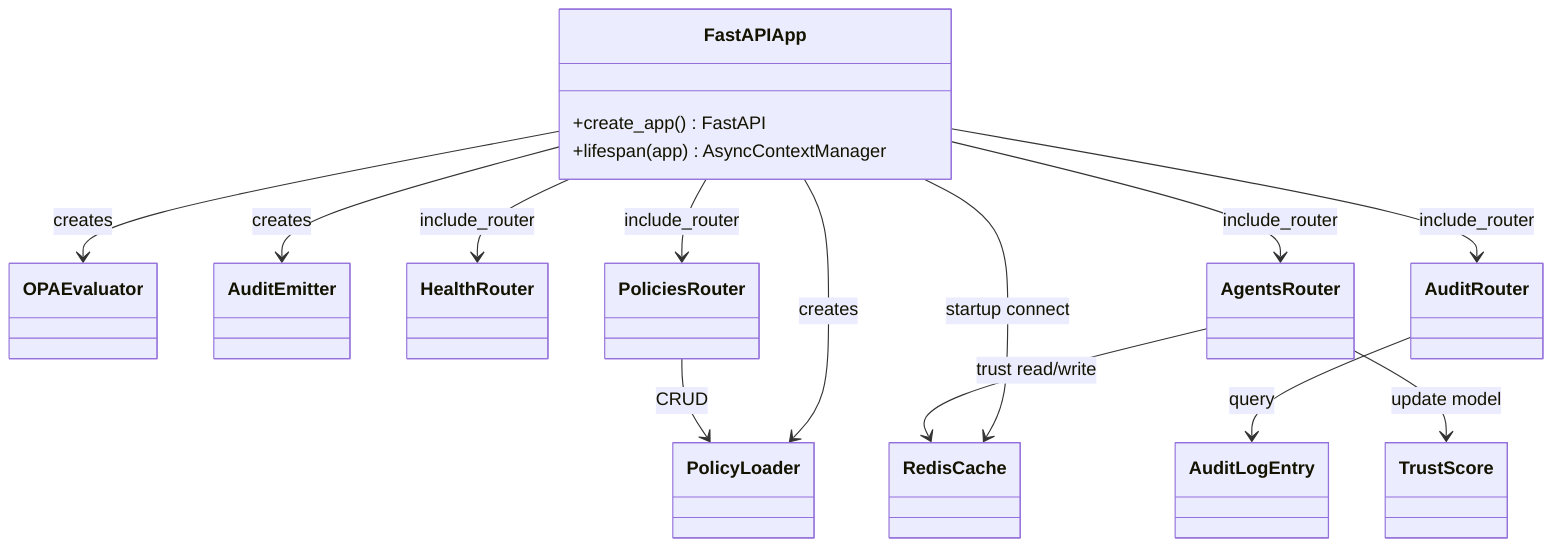
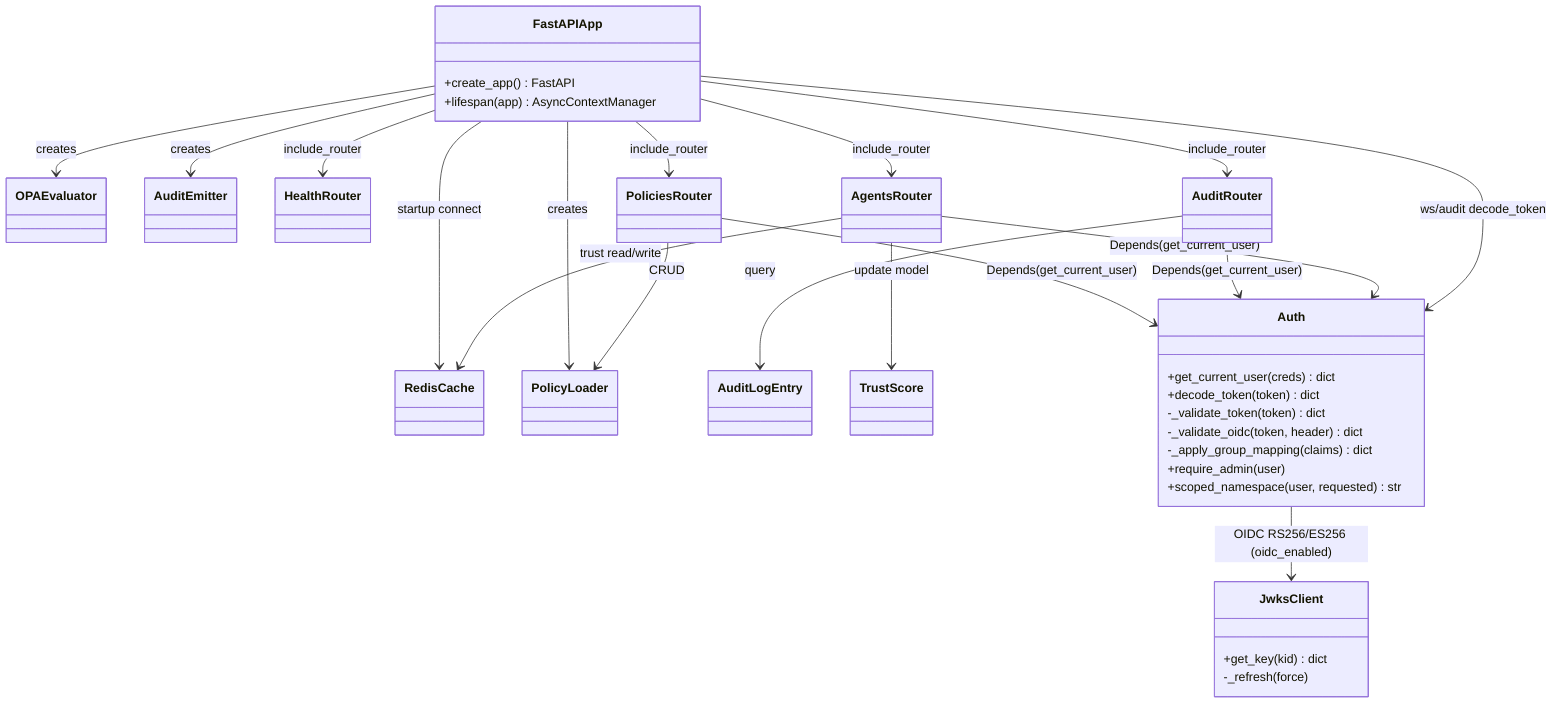
%% SPDX-License-Identifier: Apache-2.0
%% Copyright 2026 Norviq Contributors

classDiagram
    class FastAPIApp {
        +create_app() FastAPI
        +lifespan(app) AsyncContextManager
    }
    class RedisCache
    class OPAEvaluator
    class AuditEmitter
    class PolicyLoader
    class HealthRouter
    class PoliciesRouter
    class AuditRouter
    class AgentsRouter
    class AuditLogEntry
    class TrustScore
+     class Auth {
+         +get_current_user(creds) dict
+         +decode_token(token) dict
+         -_validate_token(token) dict
+         -_validate_oidc(token, header) dict
+         -_apply_group_mapping(claims) dict
+         +require_admin(user)
+         +scoped_namespace(user, requested) str
+     }
+     class JwksClient {
+         +get_key(kid) dict
+         -_refresh(force)
+     }

+     Auth --> JwksClient : OIDC RS256/ES256 (oidc_enabled)
+     PoliciesRouter --> Auth : Depends(get_current_user)
+     AuditRouter --> Auth : Depends(get_current_user)
+     AgentsRouter --> Auth : Depends(get_current_user)
+     FastAPIApp --> Auth : ws/audit decode_token
    FastAPIApp --> RedisCache : startup connect
    FastAPIApp --> OPAEvaluator : creates
    FastAPIApp --> AuditEmitter : creates
    FastAPIApp --> PolicyLoader : creates
    FastAPIApp --> HealthRouter : include_router
    FastAPIApp --> PoliciesRouter : include_router
    FastAPIApp --> AuditRouter : include_router
    FastAPIApp --> AgentsRouter : include_router
    PoliciesRouter --> PolicyLoader : CRUD
    AuditRouter --> AuditLogEntry : query
    AgentsRouter --> RedisCache : trust read/write
    AgentsRouter --> TrustScore : update model
